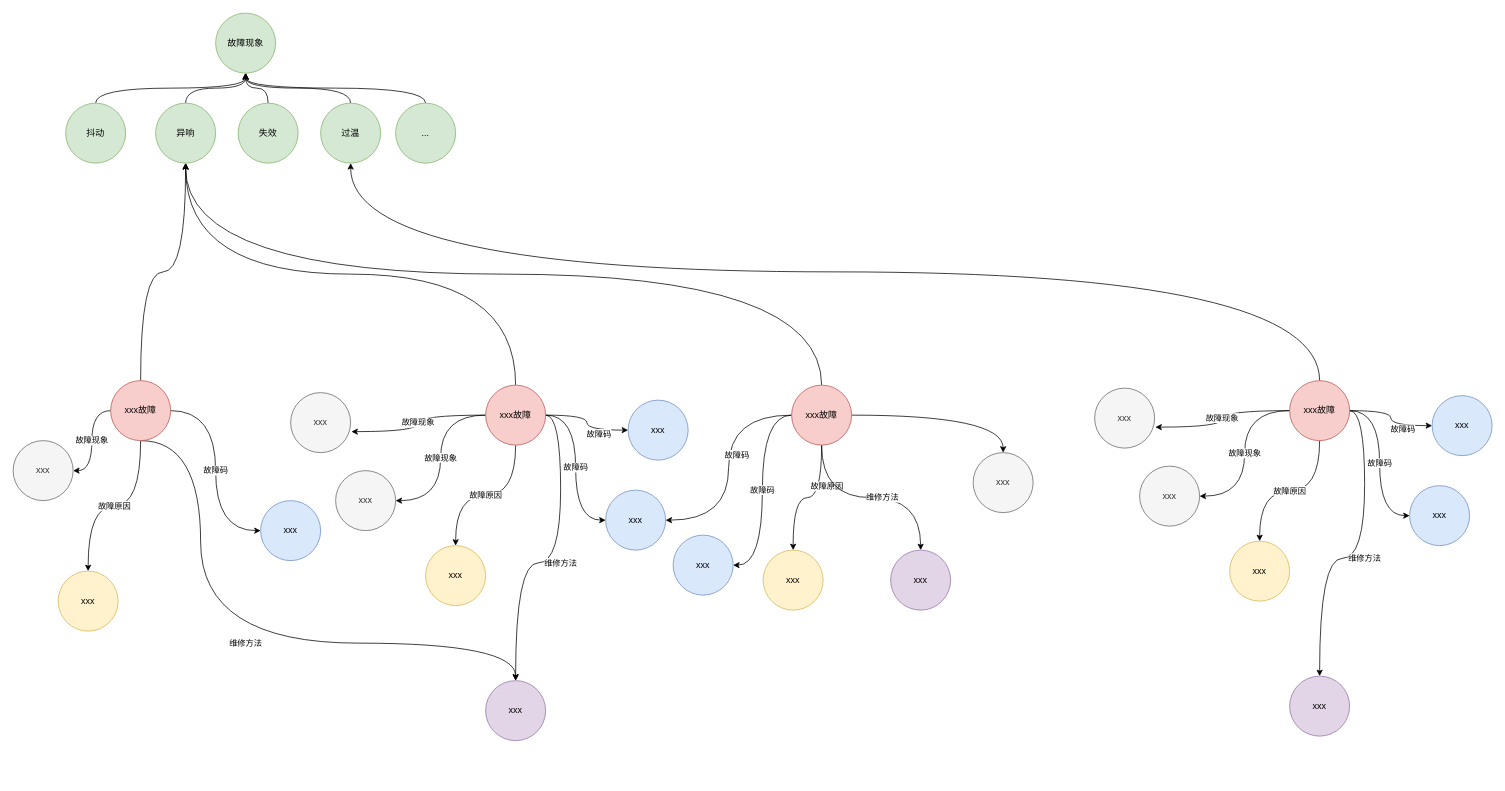
Above: fkg-model.drawio in Max-yuki/share (draw.io), before the change. Source tidied: cells renumbered, new cells numbered last; positions are measured from the earlier drawing's top-left corner, leaving out a move shared by most shapes. Both pictures are drawn from the tidied source at 75%, with x=0, y=0 at pixel (13, 13).
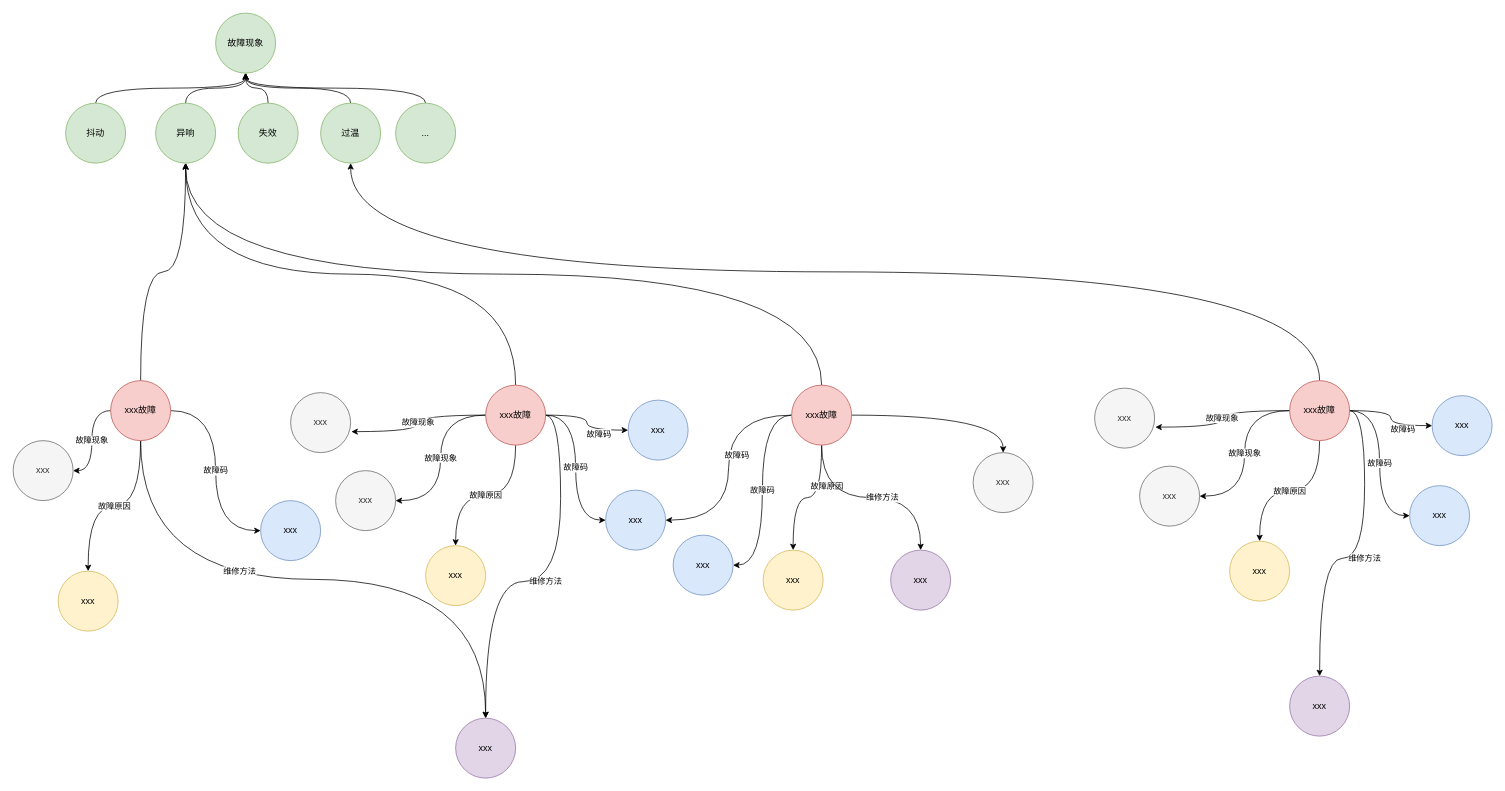
The same diagram, later.

Unchanged cells that the change refers to:
```xml
<mxCell id="47" value="xxx故障" style="ellipse;whiteSpace=wrap;html=1;fillColor=#f8cecc;strokeColor=#b85450;" parent="1" vertex="1">
  <mxGeometry x="130" y="490" width="80" height="80" as="geometry" />
</mxCell>
```

What changed in the source:
```diff
@@
     <mxCell id="25" value="xxx" style="ellipse;whiteSpace=wrap;html=1;fillColor=#e1d5e7;strokeColor=#9673a6;" parent="1" vertex="1">
-      <mxGeometry x="630" y="890" width="80" height="80" as="geometry" />
+      <mxGeometry x="590" y="940" width="80" height="80" as="geometry" />
     </mxCell>
@@
-    <mxCell id="44" value="维修方法" style="edgeStyle=orthogonalEdgeStyle;curved=1;rounded=0;jettySize=auto;html=1;exitX=0.5;exitY=1;exitDx=0;exitDy=0;entryX=0.5;entryY=0;entryDx=0;entryDy=0;" parent="1" edge="1" source="47" target="25">
-      <mxGeometry relative="1" as="geometry">
-        <Array as="points">
-          <mxPoint x="250" y="570" />
-          <mxPoint x="250" y="840" />
-          <mxPoint x="670" y="840" />
-        </Array>
-      </mxGeometry>
-    </mxCell>
@@
+    <mxCell id="66" style="edgeStyle=orthogonalEdgeStyle;curved=1;rounded=0;jettySize=auto;html=1;exitX=0.5;exitY=1;exitDx=0;exitDy=0;entryX=0.5;entryY=0;entryDx=0;entryDy=0;strokeColor=#000000;" parent="1" edge="1" source="47" target="25">
+      <mxGeometry relative="1" as="geometry" />
+    </mxCell>
+    <mxCell id="44" value="维修方法" style="edgeLabel;html=1;align=center;verticalAlign=middle;" parent="66" vertex="1">
+      <mxGeometry x="-0.24" y="12" relative="1" as="geometry">
+        <mxPoint x="1" as="offset" />
+      </mxGeometry>
+    </mxCell>
```
